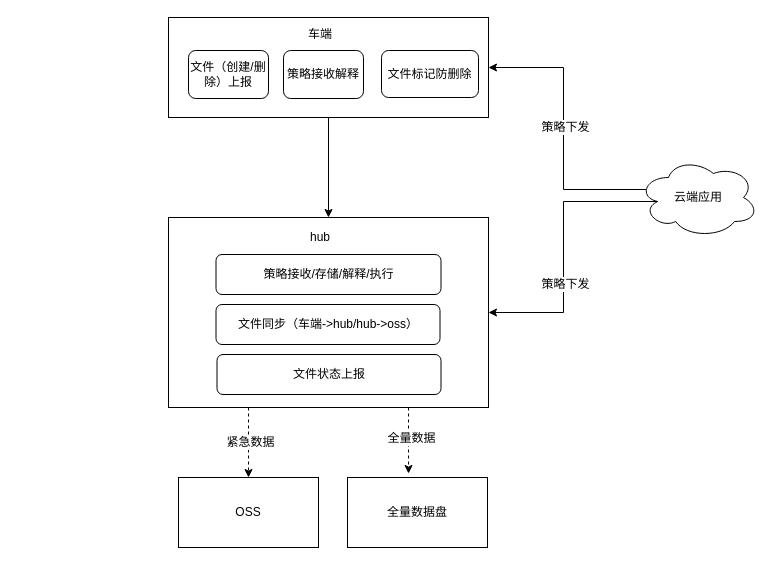
DengrongGuan12/draw.io keeps this draw.io diagram as 数据采集设计.drawio. Above is the earlier version. Source tidied: cells renumbered, new cells numbered last; positions are measured from the earlier drawing's top-left corner, leaving out a move shared by most shapes. Both pictures are drawn from the tidied source at 100%, with x=0, y=0 at pixel (168, 17).
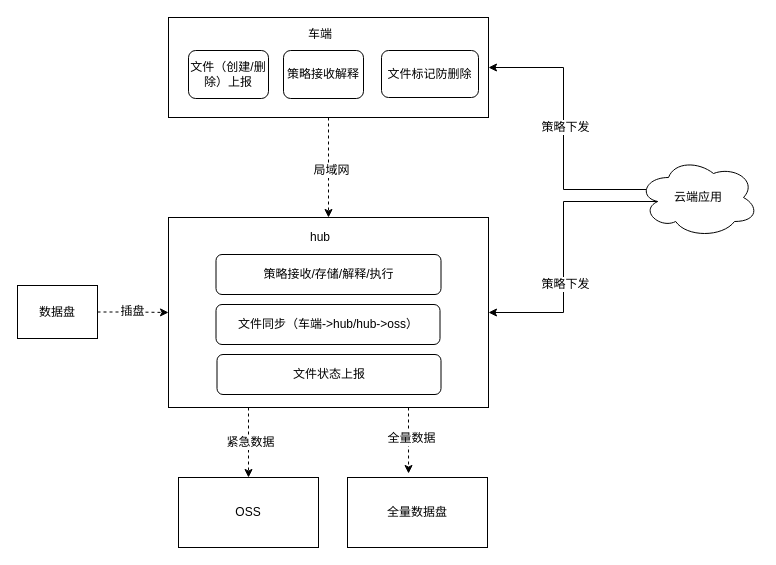
After the change.

Commit message (it also covers changes not shown here):
Update 数据采集设计.drawio

Unchanged cells that the change refers to:
```xml
<mxCell id="3" style="rounded=0;whiteSpace=wrap;html=1;" parent="1" vertex="1">
  <mxGeometry width="320" height="100" as="geometry" />
</mxCell>
<mxCell id="17" style="rounded=0;whiteSpace=wrap;html=1;" parent="1" vertex="1">
  <mxGeometry y="200" width="320" height="190" as="geometry" />
</mxCell>
```

Change to the diagram source:
```diff
@@
-    <mxCell id="2" style="edgeStyle=orthogonalEdgeStyle;rounded=0;jettySize=auto;html=1;exitX=0.5;exitY=1;exitDx=0;exitDy=0;entryX=0.5;entryY=0;entryDx=0;entryDy=0;" parent="1" edge="1" source="3" target="17">
+    <mxCell id="2" style="edgeStyle=orthogonalEdgeStyle;rounded=0;jettySize=auto;html=1;exitX=0.5;exitY=1;exitDx=0;exitDy=0;entryX=0.5;entryY=0;entryDx=0;entryDy=0;dashed=1;" parent="1" edge="1" source="3" target="17">
       <mxGeometry relative="1" as="geometry" />
     </mxCell>
+    <mxCell id="24" value="局域网" style="text;html=1;align=center;verticalAlign=middle;labelBackgroundColor=#ffffff;" parent="2" vertex="1">
+      <mxGeometry x="0.04" y="2" relative="1" as="geometry" />
+    </mxCell>
@@
+    <mxCell id="25" style="edgeStyle=orthogonalEdgeStyle;rounded=0;jettySize=auto;html=1;dashed=1;" parent="1" edge="1" source="27" target="17">
+      <mxGeometry relative="1" as="geometry" />
+    </mxCell>
+    <mxCell id="26" value="插盘" style="text;html=1;align=center;verticalAlign=middle;labelBackgroundColor=#ffffff;" parent="25" vertex="1">
+      <mxGeometry y="13" relative="1" as="geometry">
+        <mxPoint x="-1" y="11" as="offset" />
+      </mxGeometry>
+    </mxCell>
+    <mxCell id="27" value="数据盘" style="rounded=0;whiteSpace=wrap;html=1;" parent="1" vertex="1">
+      <mxGeometry x="-151" y="268" width="80" height="53" as="geometry" />
+    </mxCell>
```
